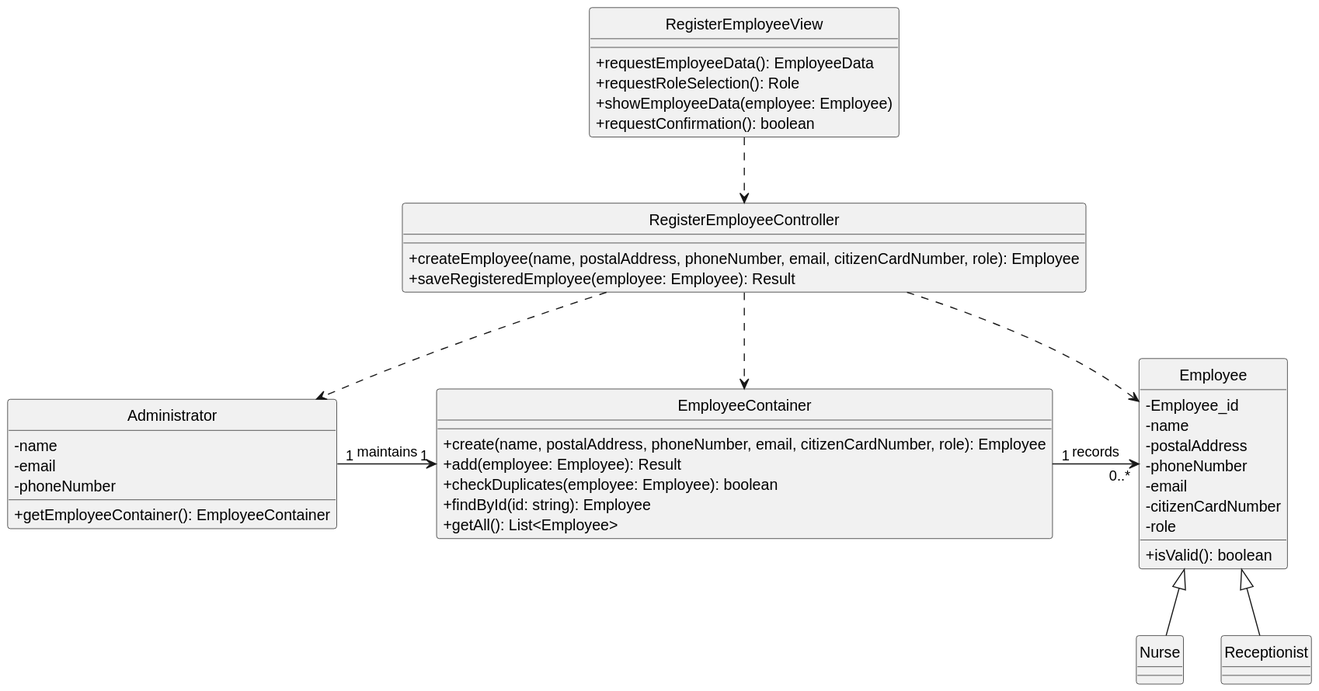
Earlier version of the PlantUML export docs/Sprint2/US14/svg/US14-CD.svg (Parafita123/leti-esoft-25-26-B1).
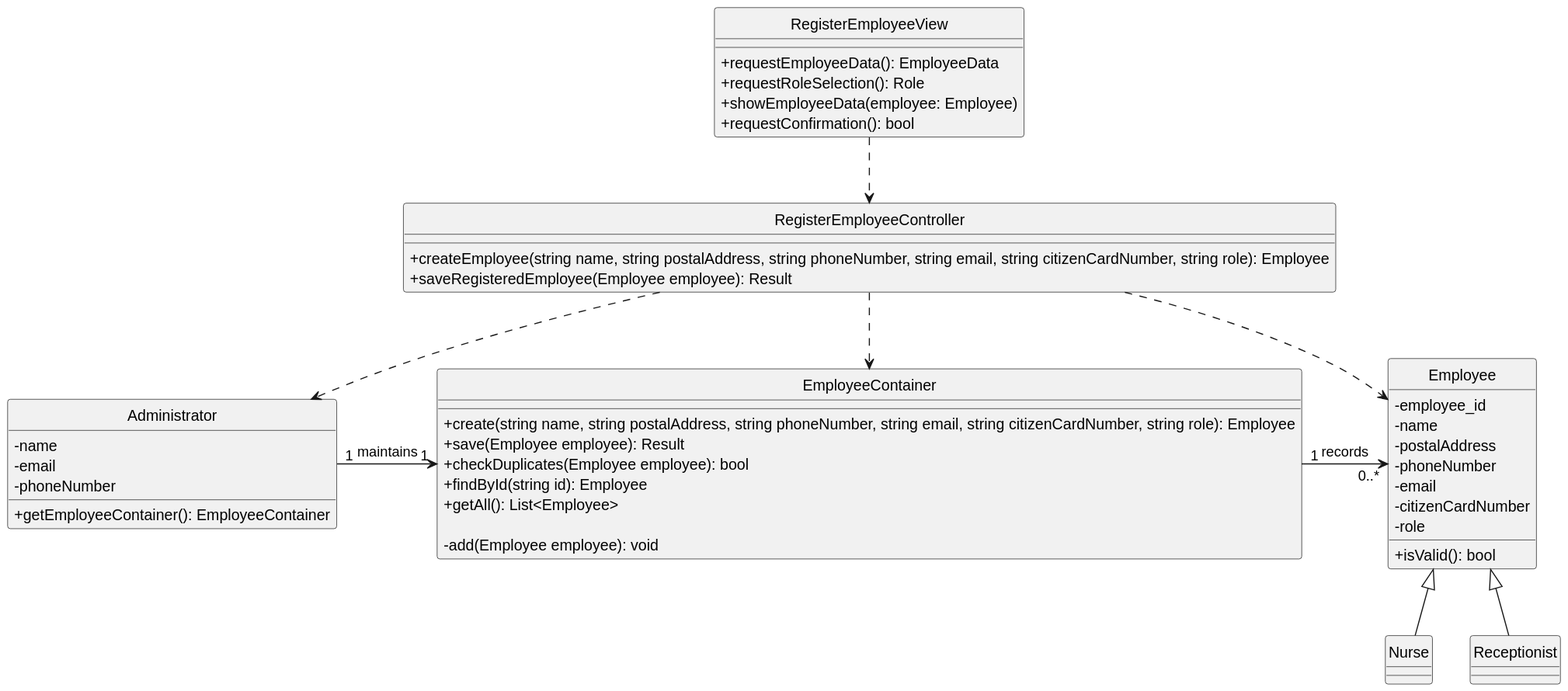
Later version of the same file.

Diff of the diagram source:
```diff
@@ -6,38 +6,40 @@
     +requestEmployeeData(): EmployeeData
     +requestRoleSelection(): Role
     +showEmployeeData(employee: Employee)
-    +requestConfirmation(): boolean
+    +requestConfirmation(): bool
 }
 
 class RegisterEmployeeController {
-    +createEmployee(name, postalAddress, phoneNumber, email, citizenCardNumber, role): Employee
-    +saveRegisteredEmployee(employee: Employee): Result
+    +createEmployee(string name, string postalAddress, string phoneNumber, string email, string citizenCardNumber, string role): Employee
+    +saveRegisteredEmployee(Employee employee): Result
 }
 
 class Administrator {
-    - name
-    - email
-    - phoneNumber
+    -name
+    -email
+    -phoneNumber
     +getEmployeeContainer(): EmployeeContainer
 }
 
 class EmployeeContainer {
-    +create(name, postalAddress, phoneNumber, email, citizenCardNumber, role): Employee
-    +add(employee: Employee): Result
-    +checkDuplicates(employee: Employee): boolean
-    +findById(id: string): Employee
+    +create(string name, string postalAddress, string phoneNumber, string email, string citizenCardNumber, string role): Employee
+    +save(Employee employee): Result
+    +checkDuplicates(Employee employee): bool
+    +findById(string id): Employee
     +getAll(): List<Employee>
+
+    -add(Employee employee): void
 }
 
 class Employee {
-    -Employee_id
-    - name
-    - postalAddress
-    - phoneNumber
-    - email
-    - citizenCardNumber
-    - role
-    +isValid(): boolean
+    -employee_id
+    -name
+    -postalAddress
+    -phoneNumber
+    -email
+    -citizenCardNumber
+    -role
+    +isValid(): bool
 }
 
 class Nurse {
```
